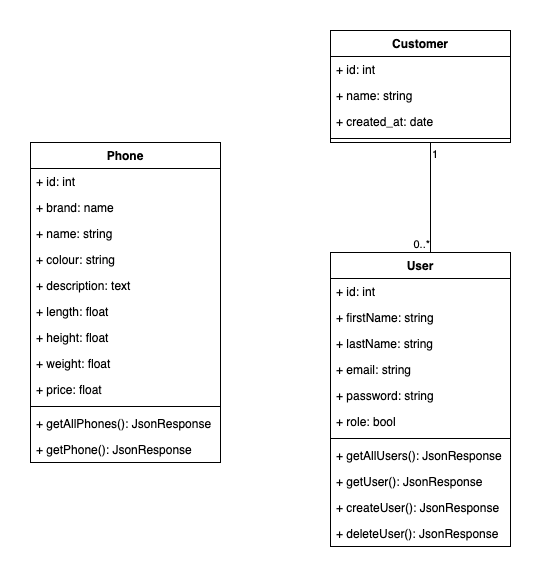
Earlier version of the draw.io export diagrams/ClassDiagram_BileMo.png (AnnaigJegourel/OC-P7-BileMo). Source tidied: cells renumbered, new cells last; positions are measured from the earlier drawing's top-left corner, leaving out a move shared by most shapes. Source of this version:
```xml
<mxGraphModel>
  <root>
    <mxCell id="0" />
    <mxCell id="1" parent="0" />
    <mxCell id="2" value="Phone" style="swimlane;fontStyle=1;align=center;verticalAlign=top;horizontal=1;startSize=26;" parent="1" vertex="1">
      <mxGeometry y="112" width="190" height="320" as="geometry" />
    </mxCell>
    <mxCell id="3" value="+ id: int" style="text;strokeColor=none;fillColor=none;align=left;verticalAlign=top;spacingLeft=4;spacingRight=4;overflow=hidden;" parent="2" vertex="1">
      <mxGeometry y="26" width="190" height="26" as="geometry" />
    </mxCell>
    <mxCell id="4" value="+ brand: name" style="text;strokeColor=none;fillColor=none;align=left;verticalAlign=top;spacingLeft=4;spacingRight=4;overflow=hidden;" parent="2" vertex="1">
      <mxGeometry y="52" width="190" height="26" as="geometry" />
    </mxCell>
    <mxCell id="5" value="+ name: string" style="text;strokeColor=none;fillColor=none;align=left;verticalAlign=top;spacingLeft=4;spacingRight=4;overflow=hidden;" parent="2" vertex="1">
      <mxGeometry y="78" width="190" height="26" as="geometry" />
    </mxCell>
    <mxCell id="6" value="+ colour: string" style="text;strokeColor=none;fillColor=none;align=left;verticalAlign=top;spacingLeft=4;spacingRight=4;overflow=hidden;" parent="2" vertex="1">
      <mxGeometry y="104" width="190" height="26" as="geometry" />
    </mxCell>
    <mxCell id="7" value="+ description: text" style="text;strokeColor=none;fillColor=none;align=left;verticalAlign=top;spacingLeft=4;spacingRight=4;overflow=hidden;" parent="2" vertex="1">
      <mxGeometry y="130" width="190" height="26" as="geometry" />
    </mxCell>
    <mxCell id="8" value="+ length: float" style="text;strokeColor=none;fillColor=none;align=left;verticalAlign=top;spacingLeft=4;spacingRight=4;overflow=hidden;" parent="2" vertex="1">
      <mxGeometry y="156" width="190" height="26" as="geometry" />
    </mxCell>
    <mxCell id="9" value="+ height: float" style="text;strokeColor=none;fillColor=none;align=left;verticalAlign=top;spacingLeft=4;spacingRight=4;overflow=hidden;" parent="2" vertex="1">
      <mxGeometry y="182" width="190" height="26" as="geometry" />
    </mxCell>
    <mxCell id="10" value="+ weight: float" style="text;strokeColor=none;fillColor=none;align=left;verticalAlign=top;spacingLeft=4;spacingRight=4;overflow=hidden;" parent="2" vertex="1">
      <mxGeometry y="208" width="190" height="26" as="geometry" />
    </mxCell>
    <mxCell id="11" value="+ price: float" style="text;strokeColor=none;fillColor=none;align=left;verticalAlign=top;spacingLeft=4;spacingRight=4;overflow=hidden;" parent="2" vertex="1">
      <mxGeometry y="234" width="190" height="26" as="geometry" />
    </mxCell>
    <mxCell id="12" style="line;strokeWidth=1;fillColor=none;align=left;verticalAlign=middle;spacingTop=-1;spacingLeft=3;spacingRight=3;labelPosition=right;strokeColor=inherit;" parent="2" vertex="1">
      <mxGeometry y="260" width="190" height="8" as="geometry" />
    </mxCell>
    <mxCell id="13" value="+ getAllPhones(): JsonResponse" style="text;strokeColor=none;fillColor=none;align=left;verticalAlign=top;spacingLeft=4;spacingRight=4;overflow=hidden;" parent="2" vertex="1">
      <mxGeometry y="268" width="190" height="26" as="geometry" />
    </mxCell>
    <mxCell id="14" value="+ getPhone(): JsonResponse" style="text;strokeColor=none;fillColor=none;align=left;verticalAlign=top;spacingLeft=4;spacingRight=4;overflow=hidden;" parent="2" vertex="1">
      <mxGeometry y="294" width="190" height="26" as="geometry" />
    </mxCell>
    <mxCell id="15" value="User" style="swimlane;fontStyle=1;align=center;verticalAlign=top;horizontal=1;startSize=26;" parent="1" vertex="1">
      <mxGeometry x="300" y="222" width="180" height="294" as="geometry" />
    </mxCell>
    <mxCell id="16" value="+ id: int" style="text;strokeColor=none;fillColor=none;align=left;verticalAlign=top;spacingLeft=4;spacingRight=4;overflow=hidden;" parent="15" vertex="1">
      <mxGeometry y="26" width="180" height="26" as="geometry" />
    </mxCell>
    <mxCell id="17" value="+ firstName: string" style="text;strokeColor=none;fillColor=none;align=left;verticalAlign=top;spacingLeft=4;spacingRight=4;overflow=hidden;" parent="15" vertex="1">
      <mxGeometry y="52" width="180" height="26" as="geometry" />
    </mxCell>
    <mxCell id="18" value="+ lastName: string" style="text;strokeColor=none;fillColor=none;align=left;verticalAlign=top;spacingLeft=4;spacingRight=4;overflow=hidden;" parent="15" vertex="1">
      <mxGeometry y="78" width="180" height="26" as="geometry" />
    </mxCell>
    <mxCell id="19" value="+ email: string" style="text;strokeColor=none;fillColor=none;align=left;verticalAlign=top;spacingLeft=4;spacingRight=4;overflow=hidden;" parent="15" vertex="1">
      <mxGeometry y="104" width="180" height="26" as="geometry" />
    </mxCell>
    <mxCell id="20" value="+ password: string" style="text;strokeColor=none;fillColor=none;align=left;verticalAlign=top;spacingLeft=4;spacingRight=4;overflow=hidden;" parent="15" vertex="1">
      <mxGeometry y="130" width="180" height="26" as="geometry" />
    </mxCell>
    <mxCell id="21" value="+ role: bool" style="text;strokeColor=none;fillColor=none;align=left;verticalAlign=top;spacingLeft=4;spacingRight=4;overflow=hidden;" parent="15" vertex="1">
      <mxGeometry y="156" width="180" height="26" as="geometry" />
    </mxCell>
    <mxCell id="22" style="line;strokeWidth=1;fillColor=none;align=left;verticalAlign=middle;spacingTop=-1;spacingLeft=3;spacingRight=3;labelPosition=right;strokeColor=inherit;" parent="15" vertex="1">
      <mxGeometry y="182" width="180" height="8" as="geometry" />
    </mxCell>
    <mxCell id="23" value="+ getAllUsers(): JsonResponse" style="text;strokeColor=none;fillColor=none;align=left;verticalAlign=top;spacingLeft=4;spacingRight=4;overflow=hidden;" parent="15" vertex="1">
      <mxGeometry y="190" width="180" height="26" as="geometry" />
    </mxCell>
    <mxCell id="24" value="+ getUser(): JsonResponse" style="text;strokeColor=none;fillColor=none;align=left;verticalAlign=top;spacingLeft=4;spacingRight=4;overflow=hidden;" parent="15" vertex="1">
      <mxGeometry y="216" width="180" height="26" as="geometry" />
    </mxCell>
    <mxCell id="25" value="+ createUser(): JsonResponse" style="text;strokeColor=none;fillColor=none;align=left;verticalAlign=top;spacingLeft=4;spacingRight=4;overflow=hidden;" parent="15" vertex="1">
      <mxGeometry y="242" width="180" height="26" as="geometry" />
    </mxCell>
    <mxCell id="26" value="+ deleteUser(): JsonResponse" style="text;strokeColor=none;fillColor=none;align=left;verticalAlign=top;spacingLeft=4;spacingRight=4;overflow=hidden;" parent="15" vertex="1">
      <mxGeometry y="268" width="180" height="26" as="geometry" />
    </mxCell>
    <mxCell id="27" value="Customer" style="swimlane;fontStyle=1;align=center;verticalAlign=top;horizontal=1;startSize=26;" parent="1" vertex="1">
      <mxGeometry x="300" width="180" height="112" as="geometry" />
    </mxCell>
    <mxCell id="28" value="+ id: int" style="text;strokeColor=none;fillColor=none;align=left;verticalAlign=top;spacingLeft=4;spacingRight=4;overflow=hidden;" parent="27" vertex="1">
      <mxGeometry y="26" width="180" height="26" as="geometry" />
    </mxCell>
    <mxCell id="29" value="+ name: string" style="text;strokeColor=none;fillColor=none;align=left;verticalAlign=top;spacingLeft=4;spacingRight=4;overflow=hidden;" parent="27" vertex="1">
      <mxGeometry y="52" width="180" height="26" as="geometry" />
    </mxCell>
    <mxCell id="30" value="+ created_at: date" style="text;strokeColor=none;fillColor=none;align=left;verticalAlign=top;spacingLeft=4;spacingRight=4;overflow=hidden;" parent="27" vertex="1">
      <mxGeometry y="78" width="180" height="26" as="geometry" />
    </mxCell>
    <mxCell id="31" style="line;strokeWidth=1;fillColor=none;align=left;verticalAlign=middle;spacingTop=-1;spacingLeft=3;spacingRight=3;labelPosition=right;strokeColor=inherit;" parent="27" vertex="1">
      <mxGeometry y="104" width="180" height="8" as="geometry" />
    </mxCell>
    <mxCell id="32" style="endArrow=none;html=1;edgeStyle=orthogonalEdgeStyle;rounded=0;" parent="1" edge="1">
      <mxGeometry relative="1" as="geometry">
        <mxPoint x="400" y="112" as="sourcePoint" />
        <mxPoint x="400" y="222" as="targetPoint" />
      </mxGeometry>
    </mxCell>
    <mxCell id="33" value="1" style="edgeLabel;html=1;align=left;verticalAlign=bottom;" parent="32" vertex="1">
      <mxGeometry x="-1" relative="1" as="geometry">
        <mxPoint y="20" as="offset" />
      </mxGeometry>
    </mxCell>
    <mxCell id="34" value="0..*" style="edgeLabel;html=1;align=right;verticalAlign=bottom;" parent="32" vertex="1">
      <mxGeometry x="1" relative="1" as="geometry" />
    </mxCell>
  </root>
</mxGraphModel>
```
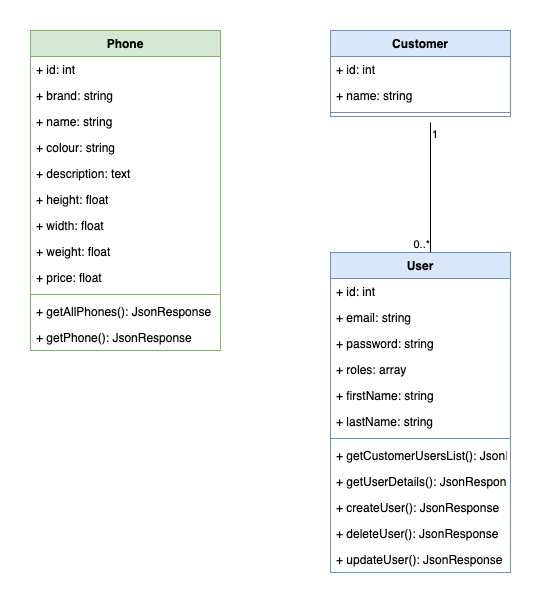
Above is the later version.

Diff of the diagram source:
```diff
@@ -2,13 +2,13 @@
   <root>
     <mxCell id="0" />
     <mxCell id="1" parent="0" />
-    <mxCell id="2" value="Phone" style="swimlane;fontStyle=1;align=center;verticalAlign=top;horizontal=1;startSize=26;" parent="1" vertex="1">
-      <mxGeometry y="112" width="190" height="320" as="geometry" />
+    <mxCell id="2" value="Phone" style="swimlane;fontStyle=1;align=center;verticalAlign=top;horizontal=1;startSize=26;fillColor=#d5e8d4;strokeColor=#82b366;" parent="1" vertex="1">
+      <mxGeometry width="190" height="320" as="geometry" />
     </mxCell>
     <mxCell id="3" value="+ id: int" style="text;strokeColor=none;fillColor=none;align=left;verticalAlign=top;spacingLeft=4;spacingRight=4;overflow=hidden;" parent="2" vertex="1">
       <mxGeometry y="26" width="190" height="26" as="geometry" />
     </mxCell>
-    <mxCell id="4" value="+ brand: name" style="text;strokeColor=none;fillColor=none;align=left;verticalAlign=top;spacingLeft=4;spacingRight=4;overflow=hidden;" parent="2" vertex="1">
+    <mxCell id="4" value="+ brand: string" style="text;strokeColor=none;fillColor=none;align=left;verticalAlign=top;spacingLeft=4;spacingRight=4;overflow=hidden;" parent="2" vertex="1">
       <mxGeometry y="52" width="190" height="26" as="geometry" />
     </mxCell>
     <mxCell id="5" value="+ name: string" style="text;strokeColor=none;fillColor=none;align=left;verticalAlign=top;spacingLeft=4;spacingRight=4;overflow=hidden;" parent="2" vertex="1">
@@ -20,12 +20,12 @@
     <mxCell id="7" value="+ description: text" style="text;strokeColor=none;fillColor=none;align=left;verticalAlign=top;spacingLeft=4;spacingRight=4;overflow=hidden;" parent="2" vertex="1">
       <mxGeometry y="130" width="190" height="26" as="geometry" />
     </mxCell>
-    <mxCell id="8" value="+ length: float" style="text;strokeColor=none;fillColor=none;align=left;verticalAlign=top;spacingLeft=4;spacingRight=4;overflow=hidden;" parent="2" vertex="1">
-      <mxGeometry y="156" width="190" height="26" as="geometry" />
-    </mxCell>
     <mxCell id="9" value="+ height: float" style="text;strokeColor=none;fillColor=none;align=left;verticalAlign=top;spacingLeft=4;spacingRight=4;overflow=hidden;" parent="2" vertex="1">
-      <mxGeometry y="182" width="190" height="26" as="geometry" />
+      <mxGeometry y="156" width="190" height="26" as="geometry" />
     </mxCell>
+    <mxCell id="35" value="+ width: float" style="text;strokeColor=none;fillColor=none;align=left;verticalAlign=top;spacingLeft=4;spacingRight=4;overflow=hidden;" parent="2" vertex="1">
+      <mxGeometry y="182" width="190" height="26" as="geometry" />
+    </mxCell>
     <mxCell id="10" value="+ weight: float" style="text;strokeColor=none;fillColor=none;align=left;verticalAlign=top;spacingLeft=4;spacingRight=4;overflow=hidden;" parent="2" vertex="1">
       <mxGeometry y="208" width="190" height="26" as="geometry" />
     </mxCell>
@@ -41,34 +41,34 @@
     <mxCell id="14" value="+ getPhone(): JsonResponse" style="text;strokeColor=none;fillColor=none;align=left;verticalAlign=top;spacingLeft=4;spacingRight=4;overflow=hidden;" parent="2" vertex="1">
       <mxGeometry y="294" width="190" height="26" as="geometry" />
     </mxCell>
-    <mxCell id="15" value="User" style="swimlane;fontStyle=1;align=center;verticalAlign=top;horizontal=1;startSize=26;" parent="1" vertex="1">
-      <mxGeometry x="300" y="222" width="180" height="294" as="geometry" />
+    <mxCell id="15" value="User" style="swimlane;fontStyle=1;align=center;verticalAlign=top;horizontal=1;startSize=26;fillColor=#dae8fc;strokeColor=#6c8ebf;" parent="1" vertex="1">
+      <mxGeometry x="300" y="222" width="180" height="320" as="geometry" />
     </mxCell>
     <mxCell id="16" value="+ id: int" style="text;strokeColor=none;fillColor=none;align=left;verticalAlign=top;spacingLeft=4;spacingRight=4;overflow=hidden;" parent="15" vertex="1">
       <mxGeometry y="26" width="180" height="26" as="geometry" />
     </mxCell>
-    <mxCell id="17" value="+ firstName: string" style="text;strokeColor=none;fillColor=none;align=left;verticalAlign=top;spacingLeft=4;spacingRight=4;overflow=hidden;" parent="15" vertex="1">
-      <mxGeometry y="52" width="180" height="26" as="geometry" />
-    </mxCell>
-    <mxCell id="18" value="+ lastName: string" style="text;strokeColor=none;fillColor=none;align=left;verticalAlign=top;spacingLeft=4;spacingRight=4;overflow=hidden;" parent="15" vertex="1">
-      <mxGeometry y="78" width="180" height="26" as="geometry" />
-    </mxCell>
     <mxCell id="19" value="+ email: string" style="text;strokeColor=none;fillColor=none;align=left;verticalAlign=top;spacingLeft=4;spacingRight=4;overflow=hidden;" parent="15" vertex="1">
-      <mxGeometry y="104" width="180" height="26" as="geometry" />
+      <mxGeometry y="52" width="180" height="26" as="geometry" />
     </mxCell>
     <mxCell id="20" value="+ password: string" style="text;strokeColor=none;fillColor=none;align=left;verticalAlign=top;spacingLeft=4;spacingRight=4;overflow=hidden;" parent="15" vertex="1">
-      <mxGeometry y="130" width="180" height="26" as="geometry" />
+      <mxGeometry y="78" width="180" height="26" as="geometry" />
     </mxCell>
-    <mxCell id="21" value="+ role: bool" style="text;strokeColor=none;fillColor=none;align=left;verticalAlign=top;spacingLeft=4;spacingRight=4;overflow=hidden;" parent="15" vertex="1">
-      <mxGeometry y="156" width="180" height="26" as="geometry" />
+    <mxCell id="21" value="+ roles: array" style="text;strokeColor=none;fillColor=none;align=left;verticalAlign=top;spacingLeft=4;spacingRight=4;overflow=hidden;" parent="15" vertex="1">
+      <mxGeometry y="104" width="180" height="26" as="geometry" />
     </mxCell>
+    <mxCell id="17" value="+ firstName: string" style="text;strokeColor=none;fillColor=none;align=left;verticalAlign=top;spacingLeft=4;spacingRight=4;overflow=hidden;" parent="15" vertex="1">
+      <mxGeometry y="130" width="180" height="26" as="geometry" />
+    </mxCell>
+    <mxCell id="18" value="+ lastName: string" style="text;strokeColor=none;fillColor=none;align=left;verticalAlign=top;spacingLeft=4;spacingRight=4;overflow=hidden;" parent="15" vertex="1">
+      <mxGeometry y="156" width="180" height="26" as="geometry" />
+    </mxCell>
     <mxCell id="22" style="line;strokeWidth=1;fillColor=none;align=left;verticalAlign=middle;spacingTop=-1;spacingLeft=3;spacingRight=3;labelPosition=right;strokeColor=inherit;" parent="15" vertex="1">
       <mxGeometry y="182" width="180" height="8" as="geometry" />
     </mxCell>
-    <mxCell id="23" value="+ getAllUsers(): JsonResponse" style="text;strokeColor=none;fillColor=none;align=left;verticalAlign=top;spacingLeft=4;spacingRight=4;overflow=hidden;" parent="15" vertex="1">
+    <mxCell id="23" value="+ getCustomerUsersList(): JsonResponse" style="text;strokeColor=none;fillColor=none;align=left;verticalAlign=top;spacingLeft=4;spacingRight=4;overflow=hidden;" parent="15" vertex="1">
       <mxGeometry y="190" width="180" height="26" as="geometry" />
     </mxCell>
-    <mxCell id="24" value="+ getUser(): JsonResponse" style="text;strokeColor=none;fillColor=none;align=left;verticalAlign=top;spacingLeft=4;spacingRight=4;overflow=hidden;" parent="15" vertex="1">
+    <mxCell id="24" value="+ getUserDetails(): JsonResponse" style="text;strokeColor=none;fillColor=none;align=left;verticalAlign=top;spacingLeft=4;spacingRight=4;overflow=hidden;" parent="15" vertex="1">
       <mxGeometry y="216" width="180" height="26" as="geometry" />
     </mxCell>
     <mxCell id="25" value="+ createUser(): JsonResponse" style="text;strokeColor=none;fillColor=none;align=left;verticalAlign=top;spacingLeft=4;spacingRight=4;overflow=hidden;" parent="15" vertex="1">
@@ -77,8 +77,11 @@
     <mxCell id="26" value="+ deleteUser(): JsonResponse" style="text;strokeColor=none;fillColor=none;align=left;verticalAlign=top;spacingLeft=4;spacingRight=4;overflow=hidden;" parent="15" vertex="1">
       <mxGeometry y="268" width="180" height="26" as="geometry" />
     </mxCell>
+    <mxCell id="36" value="+ updateUser(): JsonResponse" style="text;strokeColor=none;fillColor=none;align=left;verticalAlign=top;spacingLeft=4;spacingRight=4;overflow=hidden;" parent="15" vertex="1">
+      <mxGeometry y="294" width="180" height="26" as="geometry" />
+    </mxCell>
-    <mxCell id="27" value="Customer" style="swimlane;fontStyle=1;align=center;verticalAlign=top;horizontal=1;startSize=26;" parent="1" vertex="1">
-      <mxGeometry x="300" width="180" height="112" as="geometry" />
+    <mxCell id="27" value="Customer" style="swimlane;fontStyle=1;align=center;verticalAlign=top;horizontal=1;startSize=26;fillColor=#dae8fc;strokeColor=#6c8ebf;" parent="1" vertex="1">
+      <mxGeometry x="300" width="180" height="86" as="geometry" />
     </mxCell>
     <mxCell id="28" value="+ id: int" style="text;strokeColor=none;fillColor=none;align=left;verticalAlign=top;spacingLeft=4;spacingRight=4;overflow=hidden;" parent="27" vertex="1">
       <mxGeometry y="26" width="180" height="26" as="geometry" />
@@ -86,15 +89,12 @@
     <mxCell id="29" value="+ name: string" style="text;strokeColor=none;fillColor=none;align=left;verticalAlign=top;spacingLeft=4;spacingRight=4;overflow=hidden;" parent="27" vertex="1">
       <mxGeometry y="52" width="180" height="26" as="geometry" />
     </mxCell>
-    <mxCell id="30" value="+ created_at: date" style="text;strokeColor=none;fillColor=none;align=left;verticalAlign=top;spacingLeft=4;spacingRight=4;overflow=hidden;" parent="27" vertex="1">
-      <mxGeometry y="78" width="180" height="26" as="geometry" />
-    </mxCell>
     <mxCell id="31" style="line;strokeWidth=1;fillColor=none;align=left;verticalAlign=middle;spacingTop=-1;spacingLeft=3;spacingRight=3;labelPosition=right;strokeColor=inherit;" parent="27" vertex="1">
-      <mxGeometry y="104" width="180" height="8" as="geometry" />
+      <mxGeometry y="78" width="180" height="8" as="geometry" />
     </mxCell>
     <mxCell id="32" style="endArrow=none;html=1;edgeStyle=orthogonalEdgeStyle;rounded=0;" parent="1" edge="1">
       <mxGeometry relative="1" as="geometry">
-        <mxPoint x="400" y="112" as="sourcePoint" />
+        <mxPoint x="400" y="92" as="sourcePoint" />
         <mxPoint x="400" y="222" as="targetPoint" />
       </mxGeometry>
     </mxCell>
```
